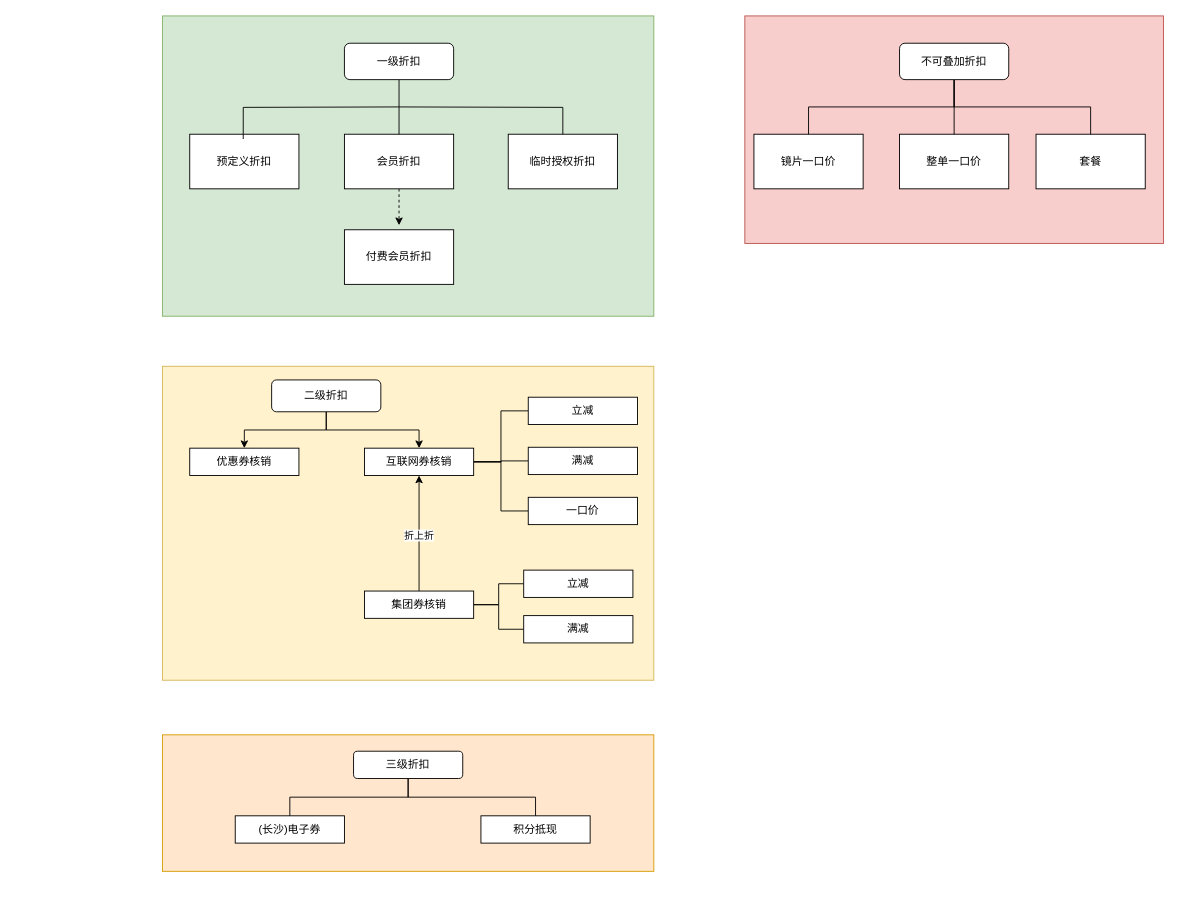
Earlier version of the draw.io diagram news.drawio (tangme/flowchart). Source tidied: cells renumbered, new cells numbered last; positions are measured from the earlier drawing's top-left corner, leaving out a move shared by most shapes. Both pictures are drawn from the tidied source at 91%, with x=0, y=0 at pixel (162, 15).
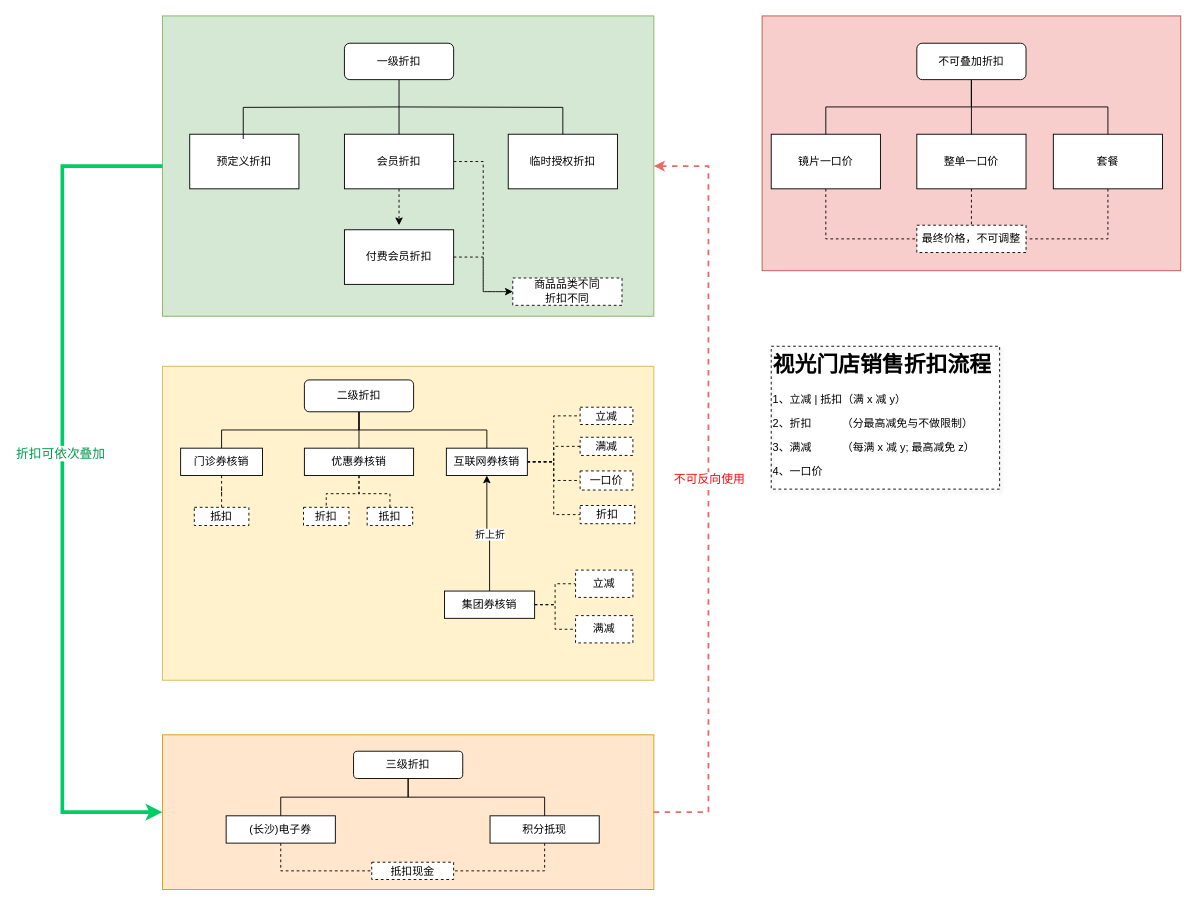
The same diagram, later.

The change refers to these unchanged cells:
```xml
<mxCell id="5" style="rounded=0;whiteSpace=wrap;html=1;fillColor=#d5e8d4;strokeColor=#82b366;" parent="1" vertex="1">
  <mxGeometry width="540" height="330" as="geometry" />
</mxCell>
<mxCell id="7" value="会员折扣" style="rounded=0;whiteSpace=wrap;html=1;" parent="1" vertex="1">
  <mxGeometry x="200" y="130" width="120" height="60" as="geometry" />
</mxCell>
<mxCell id="8" value="付费会员折扣" style="rounded=0;whiteSpace=wrap;html=1;" parent="1" vertex="1">
  <mxGeometry x="200" y="235" width="120" height="60" as="geometry" />
</mxCell>
```

The edit, as a diff of the source:
```diff
@@
     <mxCell id="2" style="rounded=0;whiteSpace=wrap;html=1;fillColor=#f8cecc;strokeColor=#b85450;" parent="1" vertex="1">
-      <mxGeometry x="640" width="460" height="250" as="geometry" />
+      <mxGeometry x="659" width="460" height="280" as="geometry" />
     </mxCell>
     <mxCell id="3" style="rounded=0;whiteSpace=wrap;html=1;fillColor=#ffe6cc;strokeColor=#d79b00;" parent="1" vertex="1">
-      <mxGeometry y="790" width="540" height="150" as="geometry" />
+      <mxGeometry y="790" width="540" height="170" as="geometry" />
     </mxCell>
@@
+    <mxCell id="45" style="edgeStyle=orthogonalEdgeStyle;rounded=0;jettySize=auto;html=1;entryX=0;entryY=0.5;entryDx=0;entryDy=0;dashed=1;" parent="1" edge="1" source="7" target="61">
+      <mxGeometry relative="1" as="geometry" />
+    </mxCell>
@@
+    <mxCell id="46" style="edgeStyle=orthogonalEdgeStyle;rounded=0;jettySize=auto;html=1;entryX=1;entryY=0.5;entryDx=0;entryDy=0;exitX=0.5;exitY=1;exitDx=0;exitDy=0;endArrow=none;endFill=0;dashed=1;" parent="1" edge="1" source="10" target="68">
+      <mxGeometry relative="1" as="geometry" />
+    </mxCell>
     <mxCell id="10" value="套餐" style="rounded=0;whiteSpace=wrap;html=1;" parent="1" vertex="1">
-      <mxGeometry x="960" y="130" width="120" height="60" as="geometry" />
+      <mxGeometry x="979" y="130" width="120" height="60" as="geometry" />
     </mxCell>
@@
+    <mxCell id="47" style="edgeStyle=orthogonalEdgeStyle;rounded=0;jettySize=auto;html=1;entryX=0.5;entryY=0;entryDx=0;entryDy=0;endArrow=none;endFill=0;dashed=1;" parent="1" edge="1" source="12" target="68">
+      <mxGeometry relative="1" as="geometry" />
+    </mxCell>
     <mxCell id="12" value="整单一口价" style="rounded=0;whiteSpace=wrap;html=1;" parent="1" vertex="1">
-      <mxGeometry x="810" y="130" width="120" height="60" as="geometry" />
+      <mxGeometry x="829" y="130" width="120" height="60" as="geometry" />
     </mxCell>
+    <mxCell id="48" style="edgeStyle=orthogonalEdgeStyle;rounded=0;jettySize=auto;html=1;entryX=0;entryY=0.5;entryDx=0;entryDy=0;exitX=0.5;exitY=1;exitDx=0;exitDy=0;endArrow=none;endFill=0;dashed=1;" parent="1" edge="1" source="13" target="68">
+      <mxGeometry relative="1" as="geometry" />
+    </mxCell>
     <mxCell id="13" value="镜片一口价" style="rounded=0;whiteSpace=wrap;html=1;" parent="1" vertex="1">
-      <mxGeometry x="650" y="130" width="120" height="60" as="geometry" />
+      <mxGeometry x="669" y="130" width="120" height="60" as="geometry" />
     </mxCell>
+    <mxCell id="49" style="edgeStyle=orthogonalEdgeStyle;rounded=0;jettySize=auto;html=1;entryX=1;entryY=0.5;entryDx=0;entryDy=0;endArrow=none;endFill=0;exitX=0.5;exitY=1;exitDx=0;exitDy=0;dashed=1;" parent="1" edge="1" source="14" target="67">
+      <mxGeometry relative="1" as="geometry" />
+    </mxCell>
     <mxCell id="14" value="积分抵现" style="rounded=0;whiteSpace=wrap;html=1;" parent="1" vertex="1">
-      <mxGeometry x="350" y="879" width="120" height="30" as="geometry" />
+      <mxGeometry x="360" y="879" width="120" height="30" as="geometry" />
     </mxCell>
+    <mxCell id="50" style="edgeStyle=orthogonalEdgeStyle;rounded=0;jettySize=auto;html=1;entryX=0.5;entryY=0;entryDx=0;entryDy=0;endArrow=none;endFill=0;dashed=1;" parent="1" edge="1" source="15" target="59">
+      <mxGeometry relative="1" as="geometry" />
+    </mxCell>
+    <mxCell id="51" style="edgeStyle=orthogonalEdgeStyle;rounded=0;jettySize=auto;html=1;entryX=0.5;entryY=0;entryDx=0;entryDy=0;endArrow=none;endFill=0;dashed=1;" parent="1" edge="1" source="15" target="60">
+      <mxGeometry relative="1" as="geometry" />
+    </mxCell>
     <mxCell id="15" value="优惠券核销" style="rounded=0;whiteSpace=wrap;html=1;" parent="1" vertex="1">
-      <mxGeometry x="30" y="475" width="120" height="30" as="geometry" />
+      <mxGeometry x="156" y="475" width="120" height="30" as="geometry" />
     </mxCell>
-    <mxCell id="16" style="edgeStyle=orthogonalEdgeStyle;rounded=0;jettySize=auto;html=1;entryX=0;entryY=0.5;entryDx=0;entryDy=0;endArrow=none;endFill=0;" parent="1" edge="1" source="19" target="30">
+    <mxCell id="16" style="edgeStyle=orthogonalEdgeStyle;rounded=0;jettySize=auto;html=1;entryX=0;entryY=0.5;entryDx=0;entryDy=0;endArrow=none;endFill=0;dashed=1;" parent="1" edge="1" source="19" target="30">
       <mxGeometry relative="1" as="geometry" />
     </mxCell>
-    <mxCell id="17" style="edgeStyle=orthogonalEdgeStyle;rounded=0;jettySize=auto;html=1;entryX=0;entryY=0.5;entryDx=0;entryDy=0;endArrow=none;endFill=0;" parent="1" edge="1" source="19" target="31">
+    <mxCell id="17" style="edgeStyle=orthogonalEdgeStyle;rounded=0;jettySize=auto;html=1;entryX=0;entryY=0.5;entryDx=0;entryDy=0;endArrow=none;endFill=0;dashed=1;" parent="1" edge="1" source="19" target="31">
       <mxGeometry relative="1" as="geometry" />
     </mxCell>
-    <mxCell id="18" style="edgeStyle=orthogonalEdgeStyle;rounded=0;jettySize=auto;html=1;entryX=0;entryY=0.5;entryDx=0;entryDy=0;endArrow=none;endFill=0;" parent="1" edge="1" source="19" target="32">
+    <mxCell id="18" style="edgeStyle=orthogonalEdgeStyle;rounded=0;jettySize=auto;html=1;entryX=0;entryY=0.5;entryDx=0;entryDy=0;endArrow=none;endFill=0;dashed=1;" parent="1" edge="1" source="19" target="32">
       <mxGeometry relative="1" as="geometry" />
     </mxCell>
+    <mxCell id="52" style="edgeStyle=orthogonalEdgeStyle;rounded=0;jettySize=auto;html=1;entryX=0;entryY=0.5;entryDx=0;entryDy=0;endArrow=none;endFill=0;dashed=1;" parent="1" edge="1" source="19" target="66">
+      <mxGeometry relative="1" as="geometry" />
+    </mxCell>
     <mxCell id="19" value="互联网券核销" style="rounded=0;whiteSpace=wrap;html=1;" parent="1" vertex="1">
-      <mxGeometry x="222" y="475" width="120" height="30" as="geometry" />
+      <mxGeometry x="312" y="475" width="89" height="30" as="geometry" />
     </mxCell>
+    <mxCell id="53" style="edgeStyle=orthogonalEdgeStyle;rounded=0;jettySize=auto;html=1;entryX=0;entryY=0.5;entryDx=0;entryDy=0;endArrow=none;endFill=0;exitX=0.5;exitY=1;exitDx=0;exitDy=0;dashed=1;" parent="1" edge="1" source="20" target="67">
+      <mxGeometry relative="1" as="geometry" />
+    </mxCell>
     <mxCell id="20" value="(长沙)电子券" style="rounded=0;whiteSpace=wrap;html=1;" parent="1" vertex="1">
-      <mxGeometry x="80" y="879" width="120" height="30" as="geometry" />
+      <mxGeometry x="70" y="879" width="120" height="30" as="geometry" />
     </mxCell>
@@
-    <mxCell id="25" style="edgeStyle=orthogonalEdgeStyle;rounded=0;jettySize=auto;html=1;entryX=0;entryY=0.5;entryDx=0;entryDy=0;endArrow=none;endFill=0;" parent="1" edge="1" source="29" target="33">
+    <mxCell id="25" style="edgeStyle=orthogonalEdgeStyle;rounded=0;jettySize=auto;html=1;entryX=0;entryY=0.5;entryDx=0;entryDy=0;endArrow=none;endFill=0;dashed=1;" parent="1" edge="1" source="29" target="33">
       <mxGeometry relative="1" as="geometry" />
     </mxCell>
-    <mxCell id="26" style="edgeStyle=orthogonalEdgeStyle;rounded=0;jettySize=auto;html=1;entryX=0;entryY=0.5;entryDx=0;entryDy=0;endArrow=none;endFill=0;" parent="1" edge="1" source="29" target="34">
+    <mxCell id="26" style="edgeStyle=orthogonalEdgeStyle;rounded=0;jettySize=auto;html=1;entryX=0;entryY=0.5;entryDx=0;entryDy=0;endArrow=none;endFill=0;dashed=1;" parent="1" edge="1" source="29" target="34">
       <mxGeometry relative="1" as="geometry" />
     </mxCell>
@@
     <mxCell id="29" value="集团券核销" style="rounded=0;whiteSpace=wrap;html=1;" parent="1" vertex="1">
-      <mxGeometry x="222" y="632" width="120" height="30" as="geometry" />
+      <mxGeometry x="310" y="632" width="99" height="30" as="geometry" />
     </mxCell>
-    <mxCell id="30" value="立减" style="rounded=0;whiteSpace=wrap;html=1;" parent="1" vertex="1">
-      <mxGeometry x="402" y="419" width="120" height="30" as="geometry" />
+    <mxCell id="30" value="立减" style="rounded=0;whiteSpace=wrap;html=1;dashed=1;" parent="1" vertex="1">
+      <mxGeometry x="459" y="430" width="58" height="19" as="geometry" />
     </mxCell>
-    <mxCell id="31" value="满减" style="rounded=0;whiteSpace=wrap;html=1;" parent="1" vertex="1">
-      <mxGeometry x="402" y="474" width="120" height="30" as="geometry" />
+    <mxCell id="31" value="满减" style="rounded=0;whiteSpace=wrap;html=1;dashed=1;" parent="1" vertex="1">
+      <mxGeometry x="459" y="463" width="58" height="20" as="geometry" />
     </mxCell>
-    <mxCell id="32" value="一口价" style="rounded=0;whiteSpace=wrap;html=1;" parent="1" vertex="1">
-      <mxGeometry x="402" y="529" width="120" height="30" as="geometry" />
+    <mxCell id="32" value="一口价" style="rounded=0;whiteSpace=wrap;html=1;dashed=1;" parent="1" vertex="1">
+      <mxGeometry x="459" y="500" width="58" height="21" as="geometry" />
     </mxCell>
-    <mxCell id="33" value="立减" style="rounded=0;whiteSpace=wrap;html=1;" parent="1" vertex="1">
-      <mxGeometry x="397" y="609" width="120" height="30" as="geometry" />
+    <mxCell id="33" value="立减" style="rounded=0;whiteSpace=wrap;html=1;dashed=1;" parent="1" vertex="1">
+      <mxGeometry x="454" y="609" width="63" height="30" as="geometry" />
     </mxCell>
-    <mxCell id="34" value="满减" style="rounded=0;whiteSpace=wrap;html=1;" parent="1" vertex="1">
-      <mxGeometry x="397" y="659" width="120" height="30" as="geometry" />
+    <mxCell id="34" value="满减" style="rounded=0;whiteSpace=wrap;html=1;dashed=1;" parent="1" vertex="1">
+      <mxGeometry x="454" y="659" width="63" height="30" as="geometry" />
     </mxCell>
-    <mxCell id="35" style="edgeStyle=orthogonalEdgeStyle;rounded=0;jettySize=auto;html=1;entryX=0.5;entryY=0;entryDx=0;entryDy=0;" parent="1" edge="1" source="37" target="15">
+    <mxCell id="35" style="edgeStyle=orthogonalEdgeStyle;rounded=0;jettySize=auto;html=1;entryX=0.5;entryY=0;entryDx=0;entryDy=0;endArrow=none;endFill=0;" parent="1" edge="1" source="37" target="15">
       <mxGeometry relative="1" as="geometry" />
     </mxCell>
-    <mxCell id="36" style="edgeStyle=orthogonalEdgeStyle;rounded=0;jettySize=auto;html=1;entryX=0.5;entryY=0;entryDx=0;entryDy=0;" parent="1" edge="1" source="37" target="19">
+    <mxCell id="36" style="edgeStyle=orthogonalEdgeStyle;rounded=0;jettySize=auto;html=1;entryX=0.5;entryY=0;entryDx=0;entryDy=0;exitX=0.5;exitY=1;exitDx=0;exitDy=0;endArrow=none;endFill=0;" parent="1" edge="1" source="37" target="19">
       <mxGeometry relative="1" as="geometry" />
     </mxCell>
+    <mxCell id="54" style="edgeStyle=orthogonalEdgeStyle;rounded=0;jettySize=auto;html=1;exitX=0.5;exitY=1;exitDx=0;exitDy=0;endArrow=none;endFill=0;" parent="1" edge="1" source="37" target="64">
+      <mxGeometry relative="1" as="geometry" />
+    </mxCell>
     <mxCell id="37" value="二级折扣" style="rounded=1;whiteSpace=wrap;html=1;" parent="1" vertex="1">
-      <mxGeometry x="120" y="400" width="120" height="35" as="geometry" />
+      <mxGeometry x="156" y="400" width="120" height="35" as="geometry" />
     </mxCell>
@@
     <mxCell id="44" value="不可叠加折扣" style="rounded=1;whiteSpace=wrap;html=1;" parent="1" vertex="1">
-      <mxGeometry x="810" y="30" width="120" height="40" as="geometry" />
+      <mxGeometry x="829" y="30" width="120" height="40" as="geometry" />
     </mxCell>
+    <mxCell id="55" style="endArrow=classic;html=1;rounded=0;strokeWidth=4;strokeColor=#00CC66;exitX=0;exitY=0.5;exitDx=0;exitDy=0;entryX=0;entryY=0.5;entryDx=0;entryDy=0;" parent="1" edge="1" source="5" target="3">
+      <mxGeometry relative="1" as="geometry">
+        <Array as="points">
+          <mxPoint x="-110" y="165" />
+          <mxPoint x="-110" y="500" />
+          <mxPoint x="-110" y="690" />
+          <mxPoint x="-110" y="875" />
+        </Array>
+      </mxGeometry>
+    </mxCell>
+    <mxCell id="56" value="折扣可依次叠加" style="edgeLabel;html=1;align=center;verticalAlign=middle;fontSize=14;fontColor=#00994D;" parent="55" vertex="1">
+      <mxGeometry x="-0.24" y="-3" relative="1" as="geometry">
+        <mxPoint y="72" as="offset" />
+      </mxGeometry>
+    </mxCell>
+    <mxCell id="57" style="endArrow=classic;dashed=1;html=1;rounded=0;endFill=1;strokeWidth=2;strokeColor=#EA6B66;entryX=1;entryY=0.5;entryDx=0;entryDy=0;exitX=1;exitY=0.5;exitDx=0;exitDy=0;" parent="1" edge="1" source="3" target="5">
+      <mxGeometry relative="1" as="geometry">
+        <Array as="points">
+          <mxPoint x="600" y="875" />
+          <mxPoint x="600" y="520" />
+          <mxPoint x="600" y="165" />
+        </Array>
+      </mxGeometry>
+    </mxCell>
+    <mxCell id="58" value="不可反向使用" style="edgeLabel;html=1;align=center;verticalAlign=middle;fontSize=13;fontColor=#f50a0a;" parent="57" vertex="1">
+      <mxGeometry x="-0.2" relative="1" as="geometry">
+        <mxPoint y="-95" as="offset" />
+      </mxGeometry>
+    </mxCell>
+    <mxCell id="59" value="折扣" style="rounded=0;whiteSpace=wrap;html=1;dashed=1;" parent="1" vertex="1">
+      <mxGeometry x="155" y="540" width="50" height="20" as="geometry" />
+    </mxCell>
+    <mxCell id="60" value="抵扣" style="rounded=0;whiteSpace=wrap;html=1;dashed=1;" parent="1" vertex="1">
+      <mxGeometry x="225" y="540" width="50" height="20" as="geometry" />
+    </mxCell>
+    <mxCell id="61" value="商品品类不同&lt;div&gt;折扣不同&lt;/div&gt;" style="rounded=0;whiteSpace=wrap;html=1;dashed=1;" parent="1" vertex="1">
+      <mxGeometry x="385" y="288" width="120" height="30" as="geometry" />
+    </mxCell>
+    <mxCell id="62" style="edgeStyle=orthogonalEdgeStyle;rounded=0;jettySize=auto;html=1;entryX=-0.047;entryY=0.5;entryDx=0;entryDy=0;entryPerimeter=0;endArrow=none;endFill=0;dashed=1;" parent="1" edge="1" source="8" target="61">
+      <mxGeometry relative="1" as="geometry" />
+    </mxCell>
+    <mxCell id="63" style="edgeStyle=orthogonalEdgeStyle;rounded=0;jettySize=auto;html=1;entryX=0.5;entryY=0;entryDx=0;entryDy=0;endArrow=none;endFill=0;dashed=1;" parent="1" edge="1" source="64" target="65">
+      <mxGeometry relative="1" as="geometry" />
+    </mxCell>
+    <mxCell id="64" value="门诊券核销" style="rounded=0;whiteSpace=wrap;html=1;" parent="1" vertex="1">
+      <mxGeometry x="20" y="475" width="90" height="30" as="geometry" />
+    </mxCell>
+    <mxCell id="65" value="抵扣" style="rounded=0;whiteSpace=wrap;html=1;dashed=1;" parent="1" vertex="1">
+      <mxGeometry x="35" y="540" width="60" height="20" as="geometry" />
+    </mxCell>
+    <mxCell id="66" value="折扣" style="rounded=0;whiteSpace=wrap;html=1;dashed=1;" parent="1" vertex="1">
+      <mxGeometry x="459" y="538" width="60" height="20" as="geometry" />
+    </mxCell>
+    <mxCell id="67" value="抵扣现金" style="rounded=0;whiteSpace=wrap;html=1;dashed=1;" parent="1" vertex="1">
+      <mxGeometry x="230" y="930" width="90" height="19" as="geometry" />
+    </mxCell>
+    <mxCell id="68" value="最终价格，不可调整" style="rounded=0;whiteSpace=wrap;html=1;dashed=1;" parent="1" vertex="1">
+      <mxGeometry x="829" y="230" width="120" height="30" as="geometry" />
+    </mxCell>
+    <mxCell id="69" value="&lt;h1 style=&quot;margin-top: 0px;&quot;&gt;视光门店销售折扣流程&lt;/h1&gt;&lt;p&gt;1、立减 | 抵扣（满 x 减 y）&lt;/p&gt;&lt;p&gt;2、折扣&amp;nbsp; &amp;nbsp; &amp;nbsp; &amp;nbsp; &amp;nbsp; （分最高减免与不做限制）&lt;/p&gt;&lt;p&gt;3、满减&amp;nbsp; &amp;nbsp; &amp;nbsp; &amp;nbsp; &amp;nbsp; （每满 x 减 y; 最高减免 z）&lt;/p&gt;&lt;p&gt;4、一口价&lt;/p&gt;" style="text;html=1;whiteSpace=wrap;overflow=hidden;rounded=0;dashed=1;strokeColor=default;glass=0;shadow=1;" parent="1" vertex="1">
+      <mxGeometry x="669" y="363" width="251" height="157" as="geometry" />
+    </mxCell>
```
